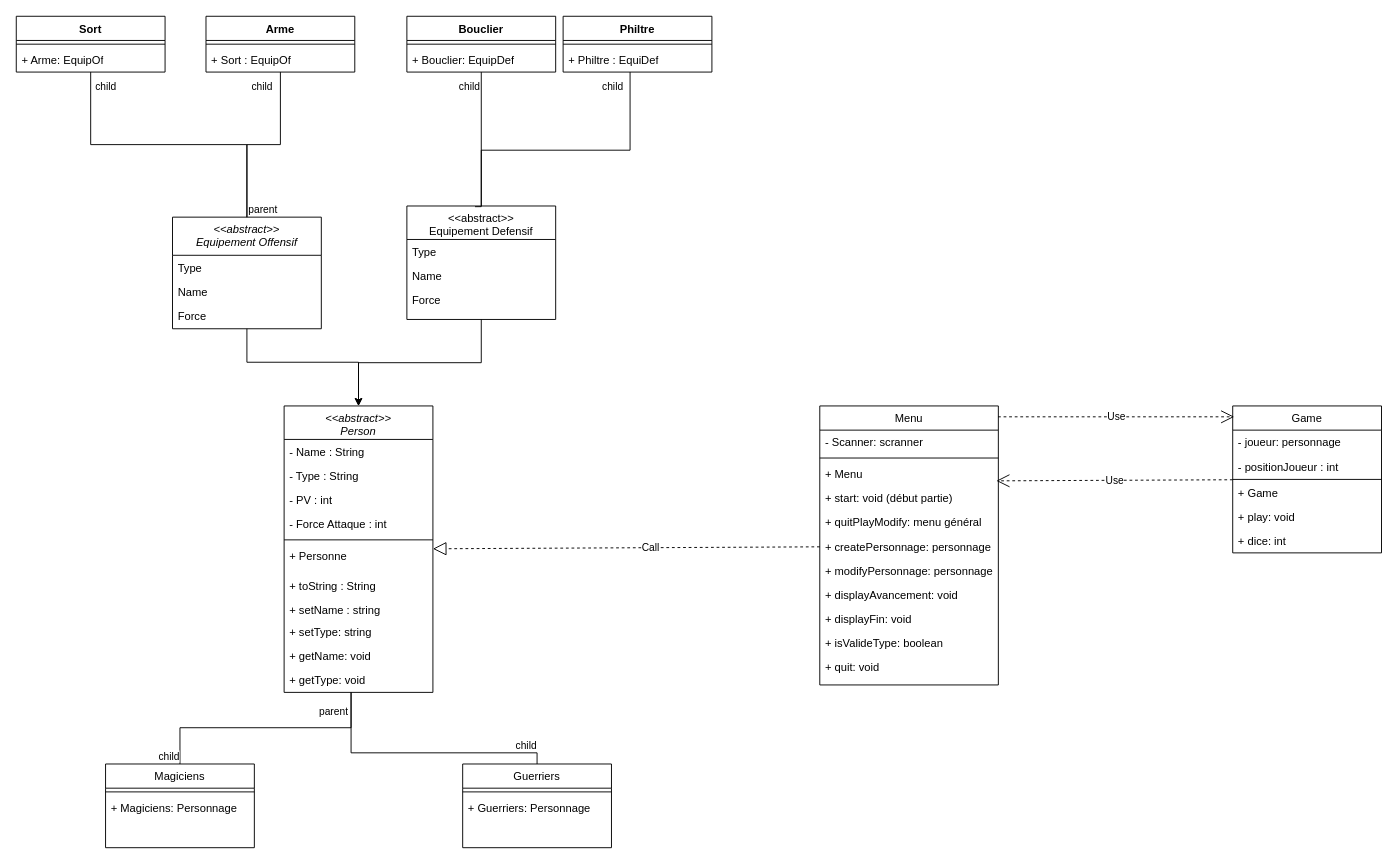
Above: Diagramme sans nom.drawio in Riquet-C/Donjon-Dragons (draw.io), before the change. Source tidied: cells renumbered, new cells numbered last; positions are measured from the earlier drawing's top-left corner, leaving out a move shared by most shapes. Both pictures are drawn from the tidied source at 93%, with x=0, y=0 at pixel (16, 16).
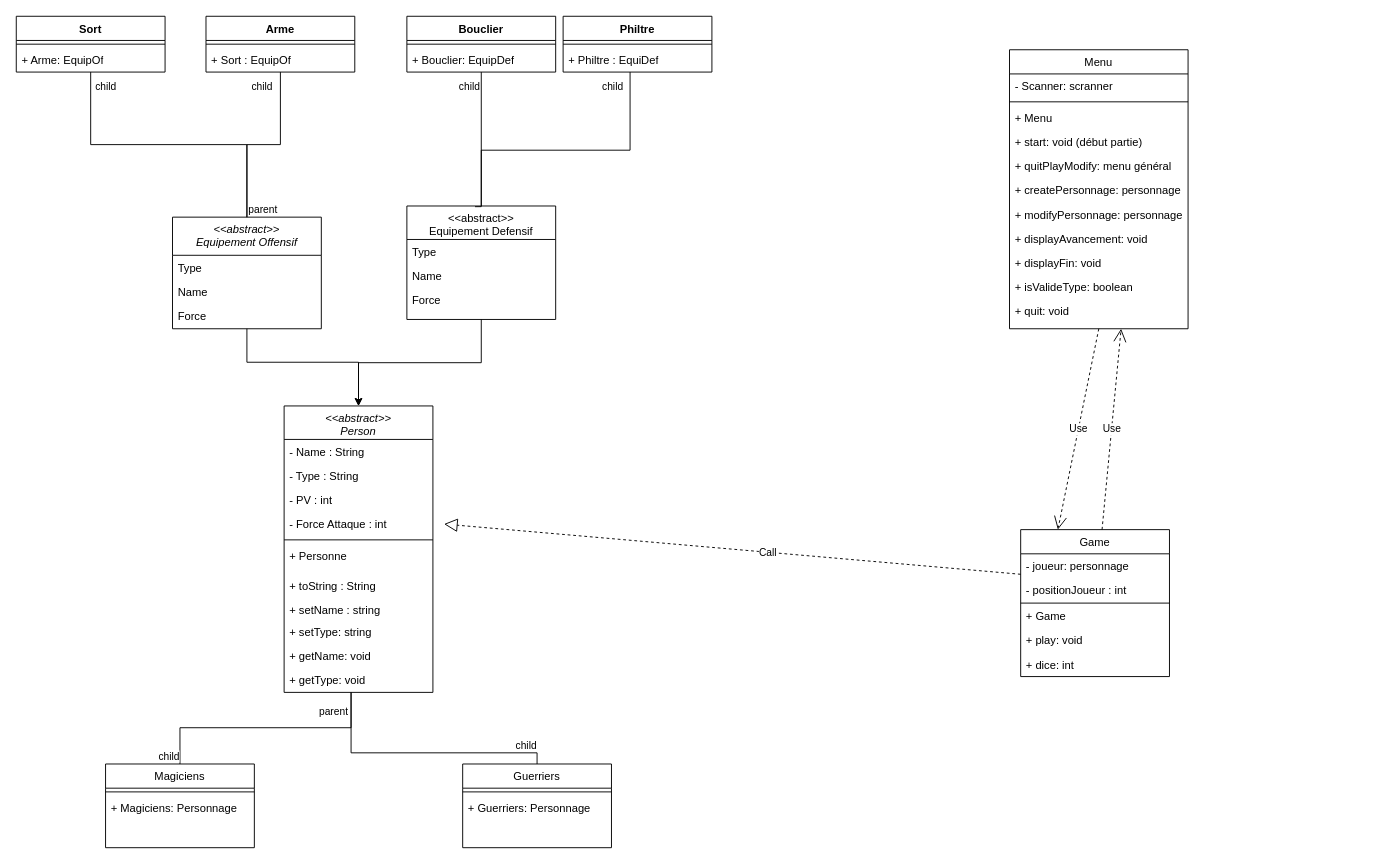
After the change.

Commit message:
Mettre à jour Diagramme sans nom.drawio

The change refers to these unchanged cells:
```xml
<mxCell id="2" value="&lt;&lt;abstract&gt;&gt;&#10;Person" style="swimlane;fontStyle=2;align=center;verticalAlign=top;horizontal=1;startSize=36;rounded=0;shadow=0;strokeWidth=1;" parent="1" vertex="1">
  <mxGeometry x="288" y="419" width="160" height="308" as="geometry" />
</mxCell>
<mxCell id="32" value="+ Menu" style="text;align=left;verticalAlign=top;spacingLeft=4;spacingRight=4;overflow=hidden;points=[[0,0.5],[1,0.5]];portConstraint=eastwest;" parent="29" vertex="1">
  <mxGeometry y="60" width="192" height="26" as="geometry" />
</mxCell>
<mxCell id="35" value="+ createPersonnage: personnage" style="text;align=left;verticalAlign=top;spacingLeft=4;spacingRight=4;overflow=hidden;points=[[0,0.5],[1,0.5]];portConstraint=eastwest;" parent="29" vertex="1">
  <mxGeometry y="138" width="192" height="26" as="geometry" />
</mxCell>
<mxCell id="42" value="- joueur: personnage" style="text;align=left;verticalAlign=top;spacingLeft=4;spacingRight=4;overflow=hidden;points=[[0,0.5],[1,0.5]];portConstraint=eastwest;" parent="41" vertex="1">
  <mxGeometry y="26" width="160" height="26" as="geometry" />
</mxCell>
```

What changed in the source:
```diff
@@
     <mxCell id="29" value="Menu" style="swimlane;fontStyle=0;align=center;verticalAlign=top;horizontal=1;startSize=26;rounded=0;shadow=0;strokeWidth=1;" parent="1" vertex="1">
-      <mxGeometry x="864" y="419" width="192" height="300" as="geometry" />
+      <mxGeometry x="1068" y="36" width="192" height="300" as="geometry" />
     </mxCell>
@@
     <mxCell id="41" value="Game" style="swimlane;fontStyle=0;align=center;verticalAlign=top;horizontal=1;startSize=26;rounded=0;shadow=0;strokeWidth=1;" parent="1" vertex="1">
-      <mxGeometry x="1308" y="419" width="160" height="158" as="geometry" />
+      <mxGeometry x="1080" y="552" width="160" height="158" as="geometry" />
     </mxCell>
@@
-    <mxCell id="75" value="Use" style="endArrow=open;endSize=12;dashed=1;html=1;rounded=0;exitX=0.998;exitY=0.039;exitDx=0;exitDy=0;exitPerimeter=0;entryX=0.01;entryY=0.074;entryDx=0;entryDy=0;entryPerimeter=0;" parent="1" edge="1" source="29" target="41">
+    <mxCell id="75" value="Use" style="endArrow=open;endSize=12;dashed=1;html=1;rounded=0;exitX=0.5;exitY=1;exitDx=0;exitDy=0;entryX=0.25;entryY=0;entryDx=0;entryDy=0;" parent="1" edge="1" source="29" target="41">
       <mxGeometry relative="1" as="geometry" />
     </mxCell>
-    <mxCell id="76" value="Use" style="endArrow=open;endSize=12;dashed=1;html=1;rounded=0;entryX=0.989;entryY=0.79;entryDx=0;entryDy=0;entryPerimeter=0;" parent="1" edge="1" source="41" target="32">
-      <mxGeometry relative="1" as="geometry" />
+    <mxCell id="76" value="Use" style="endArrow=open;endSize=12;dashed=1;html=1;rounded=0;" parent="1" edge="1" source="41">
+      <mxGeometry relative="1" as="geometry">
+        <mxPoint x="1188" y="336" as="targetPoint" />
+      </mxGeometry>
     </mxCell>
-    <mxCell id="77" style="endArrow=block;dashed=1;endFill=0;endSize=12;html=1;rounded=0;" parent="1" edge="1" source="35" target="2">
-      <mxGeometry relative="1" as="geometry" />
-    </mxCell>
+    <mxCell id="79" style="endArrow=block;dashed=1;endFill=0;endSize=12;html=1;rounded=0;exitX=0;exitY=0.846;exitDx=0;exitDy=0;exitPerimeter=0;" parent="1" edge="1" source="42">
+      <mxGeometry relative="1" as="geometry">
+        <mxPoint x="460" y="546" as="targetPoint" />
+      </mxGeometry>
+    </mxCell>
-    <mxCell id="78" value="Call" style="edgeLabel;html=1;align=center;verticalAlign=middle;" parent="77" vertex="1">
+    <mxCell id="78" value="Call" style="edgeLabel;html=1;align=center;verticalAlign=middle;" parent="79" vertex="1">
       <mxGeometry x="-0.12" relative="1" as="geometry" />
     </mxCell>
```
